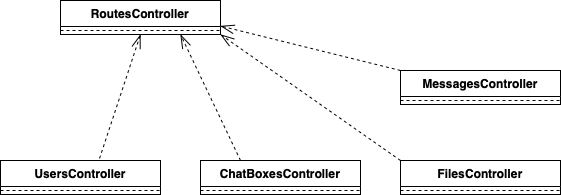
This is Package_Detail_Backend_Controller.png from vudat081299/thesis, a draw.io export, as it was before one commit. Source tidied: cells renumbered, new cells last; positions are measured from the earlier drawing's top-left corner, leaving out a move shared by most shapes.
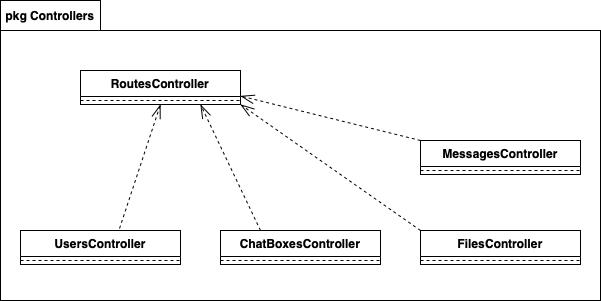
Later version of the same file.

The edit, as a diff of the source:
```diff
@@ -44,5 +44,11 @@
     <mxCell id="15" style="endArrow=openThin;endFill=0;endSize=12;html=1;rounded=0;dashed=1;fontColor=#000000;exitX=0;exitY=0;exitDx=0;exitDy=0;entryX=1;entryY=0.75;entryDx=0;entryDy=0;" parent="1" edge="1" source="6" target="10">
       <mxGeometry relative="1" as="geometry" />
     </mxCell>
+    <mxCell id="16" style="shape=folder;fontStyle=1;spacingTop=10;tabWidth=100;tabHeight=30;tabPosition=left;html=1;fillColor=none;" parent="1" vertex="1">
+      <mxGeometry x="-20" y="-70" width="600" height="300" as="geometry" />
+    </mxCell>
+    <mxCell id="17" value="pkg Controllers" style="text;align=center;fontStyle=1;verticalAlign=middle;spacingLeft=3;spacingRight=3;strokeColor=none;fontColor=#000000;" parent="1" vertex="1">
+      <mxGeometry x="-10" y="-70" width="80" height="30" as="geometry" />
+    </mxCell>
   </root>
 </mxGraphModel>
```
